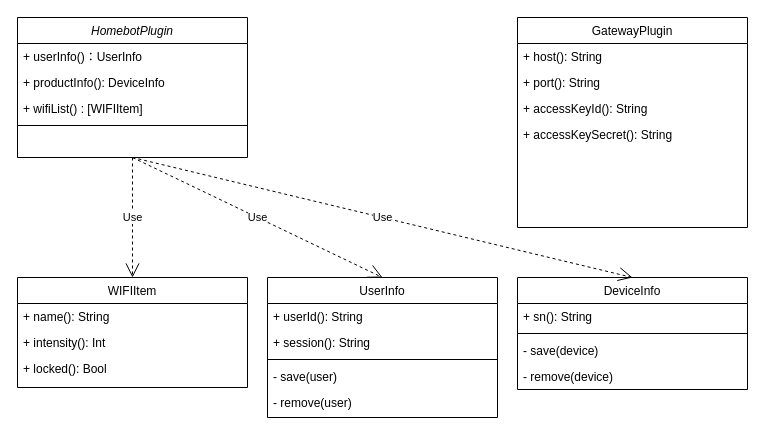
This is 未命名绘图.drawio from dev-dylan/draw.io, a draw.io file, before an edit. Source tidied: cells renumbered, new cells numbered last; positions are measured from the earlier drawing's top-left corner, leaving out a move shared by most shapes. Both pictures are drawn from the tidied source at 100%, with x=0, y=0 at pixel (17, 17).
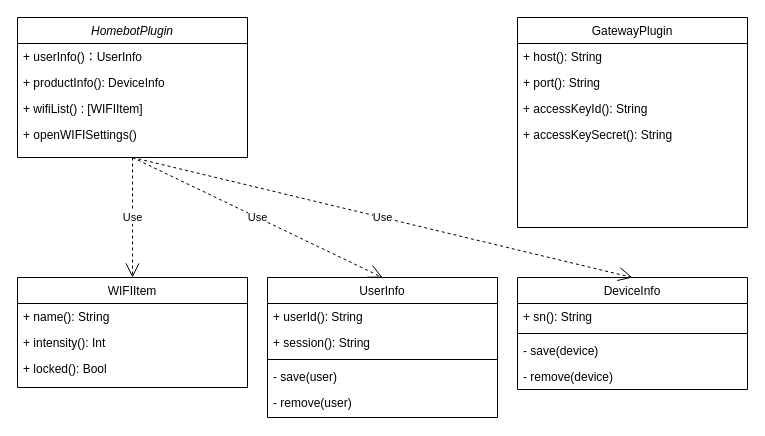
Above is the later version.

Commit message (it also covers changes not shown here):
更新未命名绘图.drawio

The change refers to these unchanged cells:
```xml
<mxCell id="2" value="HomebotPlugin" style="swimlane;fontStyle=2;align=center;verticalAlign=top;horizontal=1;startSize=26;rounded=0;shadow=0;strokeWidth=1;" parent="1" vertex="1">
  <mxGeometry width="230" height="140" as="geometry" />
</mxCell>
```

What changed in the source:
```diff
@@
-    <mxCell id="6" style="line;html=1;strokeWidth=1;align=left;verticalAlign=middle;spacingTop=-1;spacingLeft=3;spacingRight=3;labelPosition=right;" parent="2" vertex="1">
-      <mxGeometry y="104" width="230" height="8" as="geometry" />
-    </mxCell>
+    <mxCell id="30" value="+ openWIFISettings()&#10;&#10;" style="text;align=left;verticalAlign=top;spacingLeft=4;spacingRight=4;overflow=hidden;rounded=0;shadow=0;html=0;" parent="2" vertex="1">
+      <mxGeometry y="104" width="230" height="26" as="geometry" />
+    </mxCell>
```
